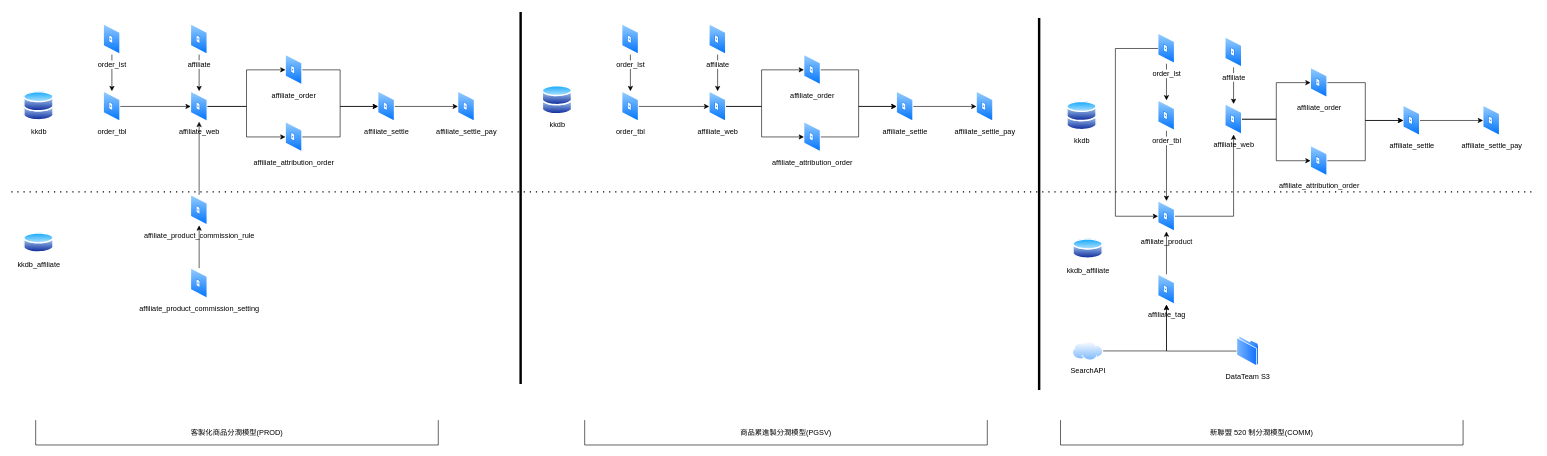
mikeah2011/oss keeps this draw.io diagram as 聯盟分潤制度模型.drawio. Above is the earlier version. Source tidied: cells renumbered, new cells numbered last; positions are measured from the earlier drawing's top-left corner, leaving out a move shared by most shapes. Both pictures are drawn from the tidied source at 61%, with x=0, y=0 at pixel (11, 12).
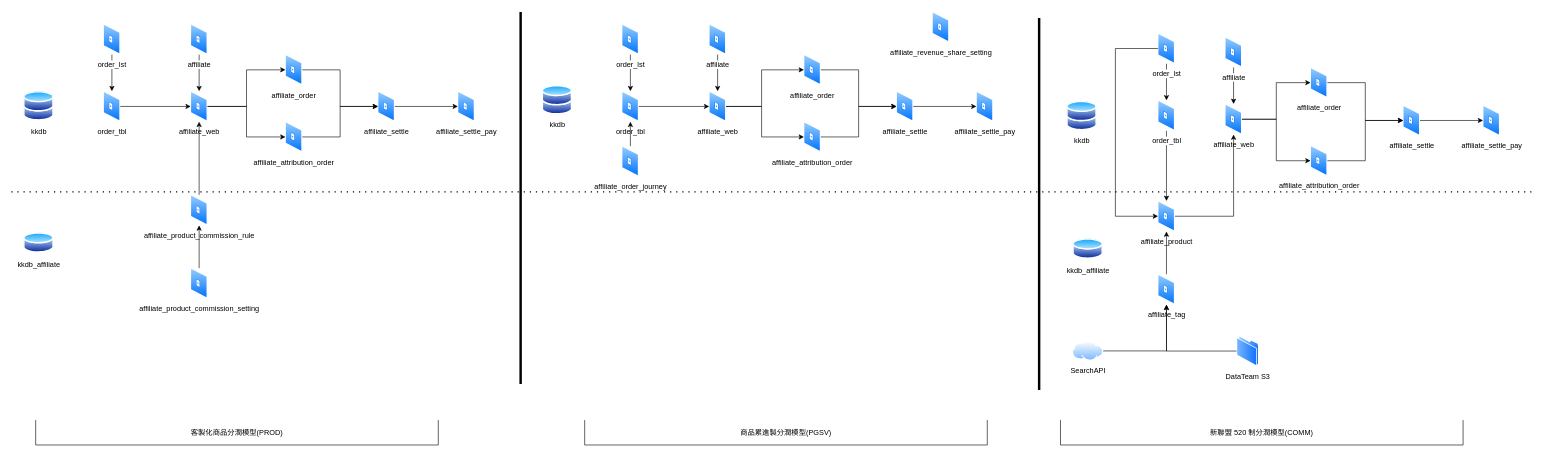
Above is the later version.

Commit message (it also covers changes not shown here):
更新聯盟分潤制度模型.drawio

Unchanged cells that the change refers to:
```xml
<mxCell id="35" value="order_tbl" style="perimeter=ellipsePerimeter;html=1;align=center;shadow=0;dashed=0;spacingTop=3;image;image=img/lib/active_directory/data_jack.svg;" parent="1" vertex="1">
  <mxGeometry x="1001.2" y="130" width="27.5" height="50" as="geometry" />
</mxCell>
```

Diff of the diagram source:
```diff
@@
+    <mxCell id="74" style="edgeStyle=orthogonalEdgeStyle;rounded=0;jettySize=auto;html=1;" parent="1" edge="1" source="75" target="35">
+      <mxGeometry relative="1" as="geometry" />
+    </mxCell>
+    <mxCell id="75" value="affiliate_order_journey" style="perimeter=ellipsePerimeter;html=1;align=center;shadow=0;dashed=0;spacingTop=3;image;image=img/lib/active_directory/data_jack.svg;" parent="1" vertex="1">
+      <mxGeometry x="1001.2" y="220" width="27.5" height="50" as="geometry" />
+    </mxCell>
+    <mxCell id="76" value="affiliate_revenue_share_setting" style="perimeter=ellipsePerimeter;html=1;align=center;shadow=0;dashed=0;spacingTop=3;image;image=img/lib/active_directory/data_jack.svg;" parent="1" vertex="1">
+      <mxGeometry x="1510" width="27.5" height="50" as="geometry" />
+    </mxCell>
```
